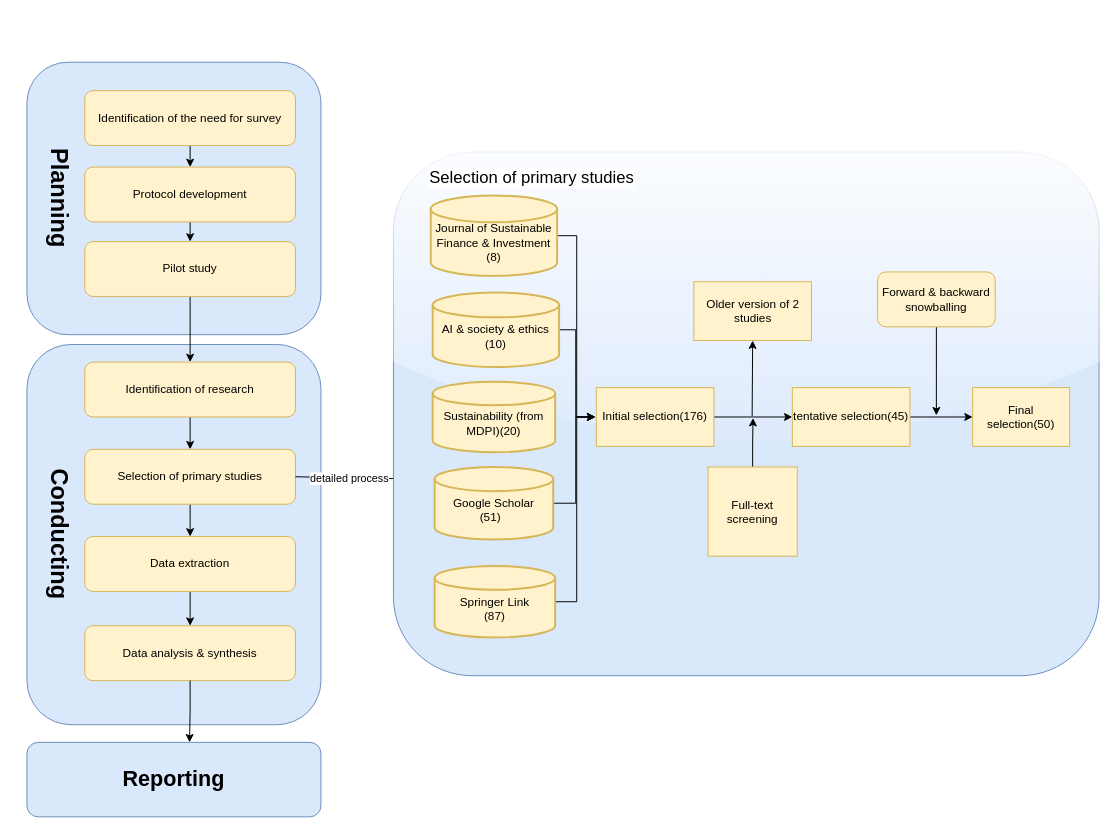
Before: Untitled Diagram.drawio in Micright/Lucas-Li, a draw.io diagram. Source tidied: cells renumbered, new cells numbered last; positions are measured from the earlier drawing's top-left corner, leaving out a move shared by most shapes. Both pictures are drawn from the tidied source at 98%, with x=0, y=0 at pixel (26, 62).
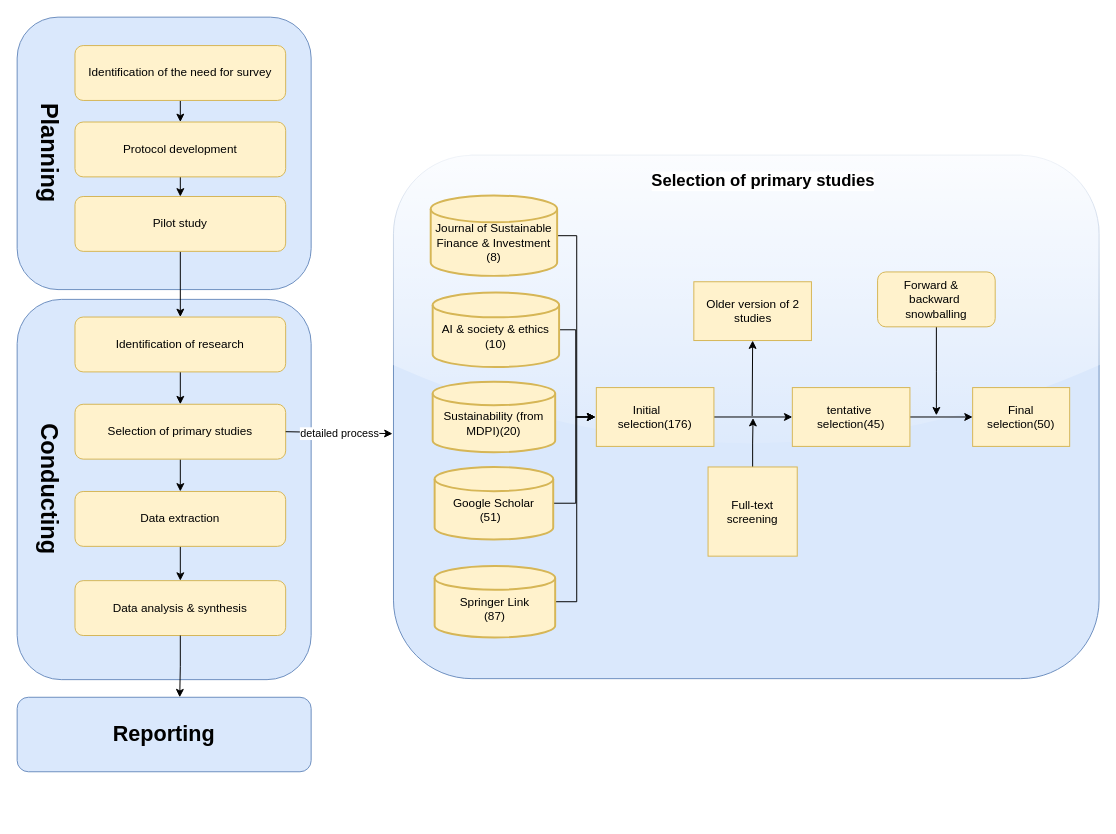
Above is the later version.

Change to the diagram source:
```diff
@@
     <mxCell id="2" value="&lt;h1&gt;Planning&lt;/h1&gt;" style="rounded=1;whiteSpace=wrap;html=1;fontStyle=1;labelBackgroundColor=none;shadow=0;direction=east;verticalAlign=middle;labelPosition=center;verticalLabelPosition=middle;align=left;textDirection=vertical-lr;spacingRight=0;spacingTop=0;flipH=1;flipV=0;fillColor=#dae8fc;strokeColor=#6c8ebf;" parent="1" vertex="1">
-      <mxGeometry width="300" height="278" as="geometry" />
+      <mxGeometry x="-10" y="-46" width="300" height="278" as="geometry" />
     </mxCell>
@@
     <mxCell id="4" value="Identification of the need for survey" style="rounded=1;whiteSpace=wrap;html=1;labelBackgroundColor=none;fillColor=#fff2cc;strokeColor=#d6b656;labelBorderColor=none;" parent="1" vertex="1">
-      <mxGeometry x="59" y="29" width="215" height="56" as="geometry" />
+      <mxGeometry x="49" y="-17" width="215" height="56" as="geometry" />
     </mxCell>
@@
     <mxCell id="6" value="Protocol development" style="rounded=1;whiteSpace=wrap;html=1;fillColor=#fff2cc;strokeColor=#d6b656;" parent="1" vertex="1">
-      <mxGeometry x="59" y="107" width="215" height="56" as="geometry" />
+      <mxGeometry x="49" y="61" width="215" height="56" as="geometry" />
     </mxCell>
     <mxCell id="7" value="&lt;h1&gt;Conducting&lt;/h1&gt;" style="rounded=1;whiteSpace=wrap;html=1;fontStyle=1;labelBackgroundColor=none;shadow=0;direction=east;verticalAlign=middle;labelPosition=center;verticalLabelPosition=middle;align=left;textDirection=vertical-lr;spacingRight=0;spacingTop=0;flipH=1;flipV=0;fillColor=#dae8fc;strokeColor=#6c8ebf;" parent="1" vertex="1">
-      <mxGeometry y="288" width="300" height="388" as="geometry" />
+      <mxGeometry x="-10" y="242" width="300" height="388" as="geometry" />
     </mxCell>
@@
     <mxCell id="18" value="Pilot study" style="rounded=1;whiteSpace=wrap;html=1;fillColor=#fff2cc;strokeColor=#d6b656;" parent="1" vertex="1">
-      <mxGeometry x="59" y="183" width="215" height="56" as="geometry" />
+      <mxGeometry x="49" y="137" width="215" height="56" as="geometry" />
     </mxCell>
     <mxCell id="19" value="&lt;b&gt;&lt;font style=&quot;font-size: 22px;&quot;&gt;Reporting&lt;/font&gt;&lt;/b&gt;" style="rounded=1;whiteSpace=wrap;html=1;fillColor=#dae8fc;strokeColor=#6c8ebf;" parent="1" vertex="1">
-      <mxGeometry y="694" width="300" height="76" as="geometry" />
+      <mxGeometry x="-10" y="648" width="300" height="76" as="geometry" />
     </mxCell>
@@
-    <mxCell id="21" value="&lt;span&gt;&lt;font style=&quot;font-size: 17px;&quot;&gt;Selection of primary studies&lt;/font&gt;&lt;/span&gt;" style="rounded=1;whiteSpace=wrap;html=1;align=left;glass=1;verticalAlign=top;spacingLeft=35;spacingTop=10;labelBackgroundColor=default;fillColor=#dae8fc;strokeColor=#6c8ebf;" parent="1" vertex="1">
-      <mxGeometry x="374" y="92" width="720" height="534" as="geometry" />
+    <mxCell id="21" value="&lt;span&gt;&lt;font style=&quot;font-size: 17px;&quot;&gt;&lt;b&gt;Selection of primary studies&lt;/b&gt;&lt;/font&gt;&lt;/span&gt;" style="rounded=1;whiteSpace=wrap;html=1;align=center;glass=1;verticalAlign=top;spacingLeft=35;spacingTop=10;labelBackgroundColor=default;fillColor=#dae8fc;strokeColor=#6c8ebf;" parent="1" vertex="1">
+      <mxGeometry x="374" y="95" width="720" height="534" as="geometry" />
     </mxCell>
@@
-    <mxCell id="33" value="Initial selection(176)" style="rounded=0;whiteSpace=wrap;html=1;fillColor=#fff2cc;strokeColor=#d6b656;" parent="1" vertex="1">
+    <mxCell id="33" value="Initial&amp;nbsp; &amp;nbsp; &amp;nbsp; selection(176)" style="rounded=0;whiteSpace=wrap;html=1;fillColor=#fff2cc;strokeColor=#d6b656;" parent="1" vertex="1">
       <mxGeometry x="581" y="332" width="120" height="60" as="geometry" />
     </mxCell>
@@
-    <mxCell id="35" value="tentative selection(45)" style="rounded=0;whiteSpace=wrap;html=1;fillColor=#fff2cc;strokeColor=#d6b656;" parent="1" vertex="1">
+    <mxCell id="35" value="tentative&amp;nbsp; selection(45)" style="rounded=0;whiteSpace=wrap;html=1;fillColor=#fff2cc;strokeColor=#d6b656;" parent="1" vertex="1">
       <mxGeometry x="781" y="332" width="120" height="60" as="geometry" />
     </mxCell>
@@
-    <mxCell id="41" value="Forward &amp;amp; backward snowballing" style="rounded=1;whiteSpace=wrap;html=1;fillColor=#fff2cc;strokeColor=#d6b656;" parent="1" vertex="1">
+    <mxCell id="41" value="Forward &amp;amp;&amp;nbsp; &amp;nbsp; backward&amp;nbsp; snowballing" style="rounded=1;whiteSpace=wrap;html=1;fillColor=#fff2cc;strokeColor=#d6b656;" parent="1" vertex="1">
       <mxGeometry x="868" y="214" width="120" height="56" as="geometry" />
     </mxCell>
```
